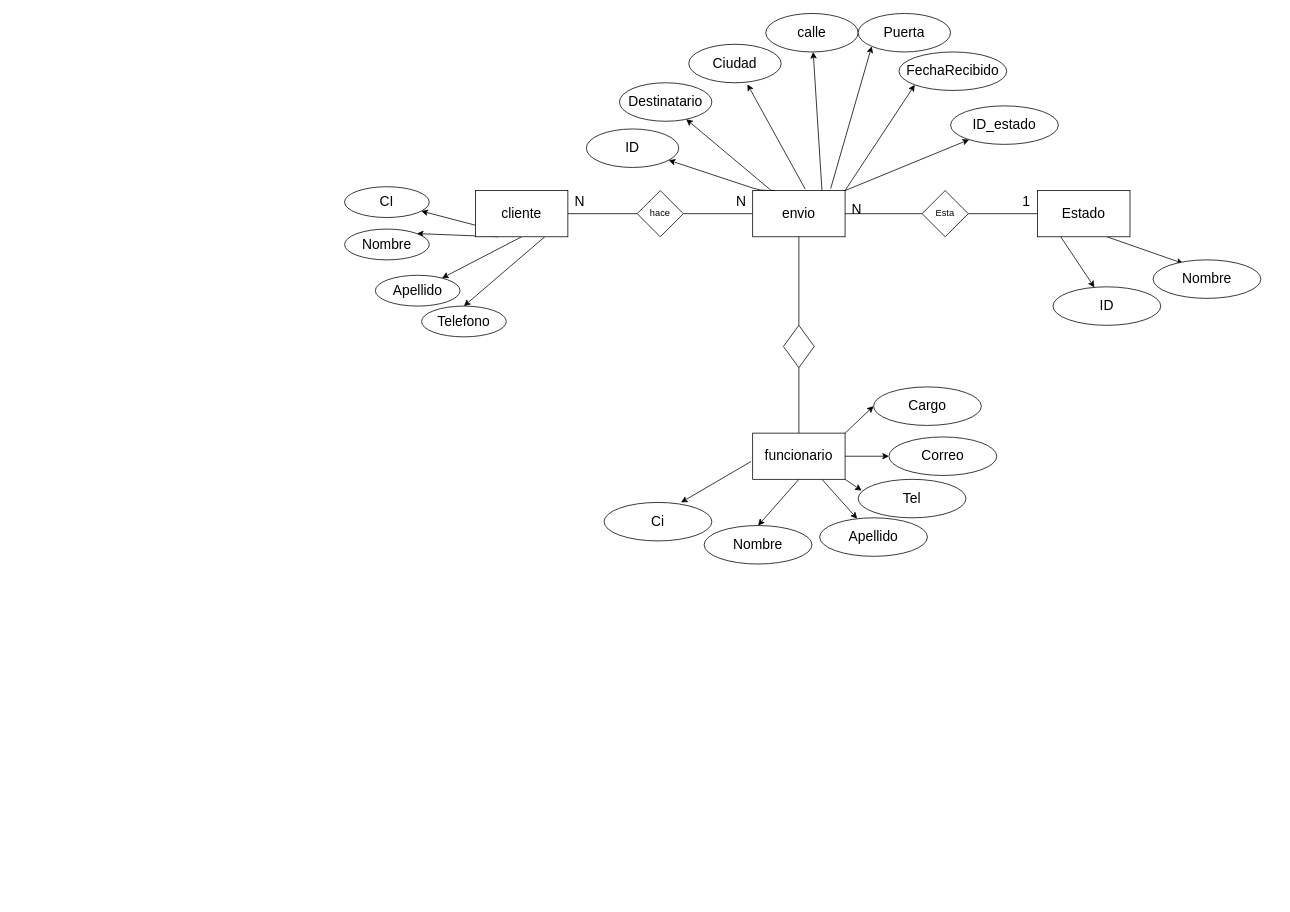
The draw.io diagram Mer/mer_V6.drawio in mateovillaa11/Proyecto_FindeA-o, before the edit. Source tidied: cells renumbered, new cells numbered last; positions are measured from the earlier drawing's top-left corner, leaving out a move shared by most shapes. Both pictures are drawn from the tidied source at 77%, with x=0, y=0 at pixel (344, 13).
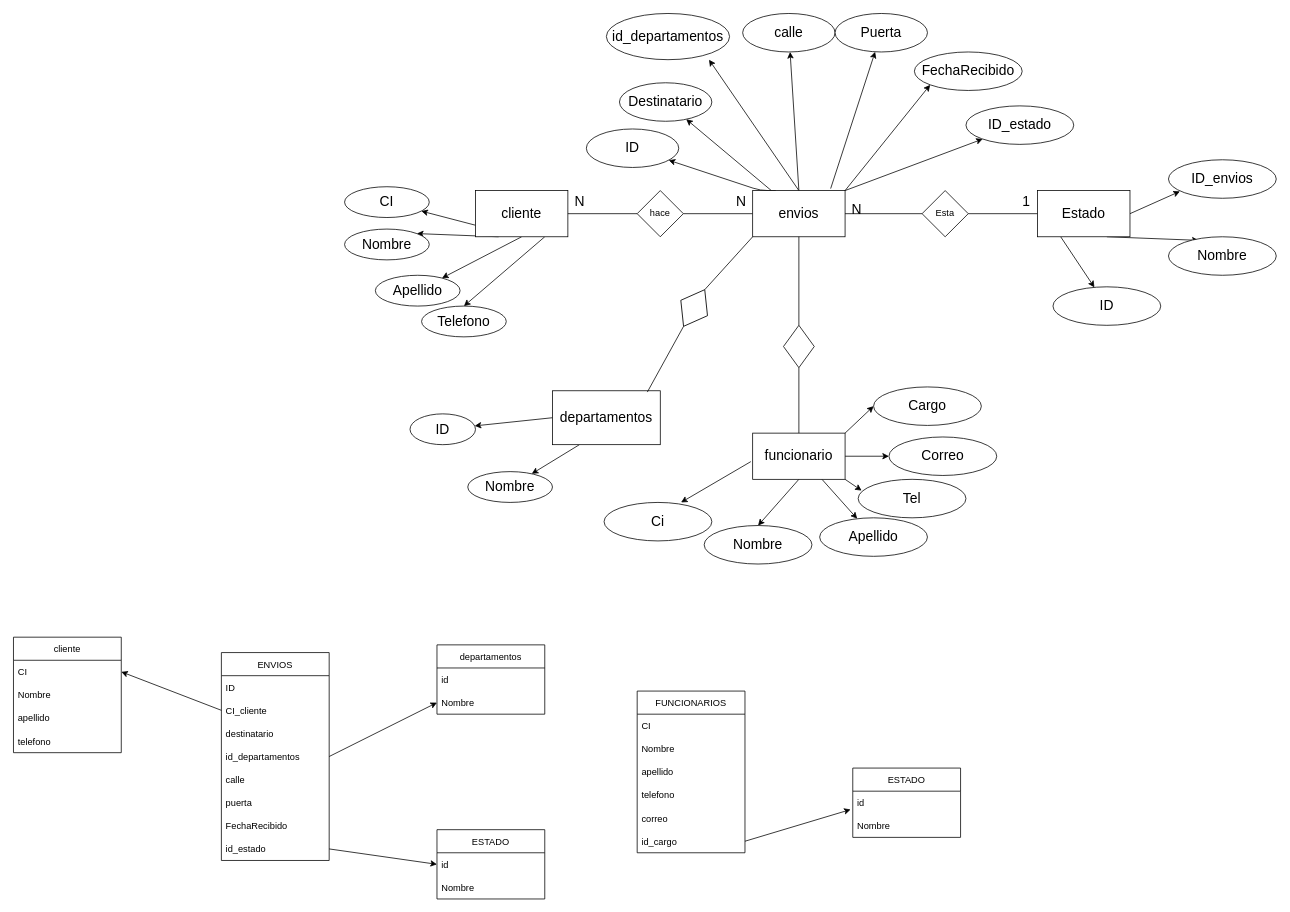
After the change.

The change refers to these unchanged cells:
```xml
<mxCell id="21" value="&lt;font style=&quot;font-size: 18px&quot;&gt;Estado&lt;/font&gt;" style="rounded=0;whiteSpace=wrap;html=1;" parent="1" vertex="1">
  <mxGeometry x="900" y="230" width="120" height="60" as="geometry" />
</mxCell>
```

What changed in the source:
```diff
@@
-    <mxCell id="12" style="edgeStyle=none;html=1;exitX=0.568;exitY=-0.033;exitDx=0;exitDy=0;entryX=0.635;entryY=1.04;entryDx=0;entryDy=0;fontSize=18;exitPerimeter=0;entryPerimeter=0;" parent="1" edge="1" source="17" target="37">
-      <mxGeometry relative="1" as="geometry" />
-    </mxCell>
-    <mxCell id="13" style="edgeStyle=none;html=1;exitX=0.75;exitY=0;exitDx=0;exitDy=0;fontSize=18;" parent="1" edge="1" source="17" target="38">
+    <mxCell id="13" style="edgeStyle=none;html=1;exitX=0.5;exitY=0;exitDx=0;exitDy=0;fontSize=18;" parent="1" edge="1" source="17" target="38">
       <mxGeometry relative="1" as="geometry" />
     </mxCell>
-    <mxCell id="14" style="edgeStyle=none;html=1;exitX=0.844;exitY=-0.043;exitDx=0;exitDy=0;fontSize=18;entryX=0;entryY=1;entryDx=0;entryDy=0;exitPerimeter=0;" parent="1" edge="1" source="17" target="39">
+    <mxCell id="14" style="edgeStyle=none;html=1;exitX=0.844;exitY=-0.043;exitDx=0;exitDy=0;fontSize=18;exitPerimeter=0;" parent="1" edge="1" source="17" target="39">
       <mxGeometry relative="1" as="geometry" />
     </mxCell>
@@
+    <mxCell id="57" style="edgeStyle=none;html=1;exitX=0.5;exitY=0;exitDx=0;exitDy=0;entryX=0.833;entryY=1;entryDx=0;entryDy=0;entryPerimeter=0;" parent="1" edge="1" source="17" target="68">
+      <mxGeometry relative="1" as="geometry" />
+    </mxCell>
-    <mxCell id="17" value="&lt;font style=&quot;font-size: 18px&quot;&gt;envio&lt;/font&gt;" style="rounded=0;whiteSpace=wrap;html=1;" parent="1" vertex="1">
+    <mxCell id="17" value="&lt;font style=&quot;font-size: 18px&quot;&gt;envios&lt;/font&gt;" style="rounded=0;whiteSpace=wrap;html=1;" parent="1" vertex="1">
       <mxGeometry x="530" y="230" width="120" height="60" as="geometry" />
     </mxCell>
@@
+    <mxCell id="58" style="edgeStyle=none;html=1;exitX=1;exitY=0.5;exitDx=0;exitDy=0;entryX=0.106;entryY=0.821;entryDx=0;entryDy=0;entryPerimeter=0;" parent="1" edge="1" source="21" target="67">
+      <mxGeometry relative="1" as="geometry" />
+    </mxCell>
@@
-    <mxCell id="37" value="Ciudad" style="ellipse;whiteSpace=wrap;html=1;fontSize=18;" parent="1" vertex="1">
-      <mxGeometry x="447" y="40" width="120" height="50" as="geometry" />
-    </mxCell>
     <mxCell id="38" value="calle" style="ellipse;whiteSpace=wrap;html=1;fontSize=18;" parent="1" vertex="1">
-      <mxGeometry x="547" width="120" height="50" as="geometry" />
+      <mxGeometry x="517" width="120" height="50" as="geometry" />
     </mxCell>
     <mxCell id="39" value="Puerta" style="ellipse;whiteSpace=wrap;html=1;fontSize=18;" parent="1" vertex="1">
-      <mxGeometry x="667" width="120" height="50" as="geometry" />
+      <mxGeometry x="637" width="120" height="50" as="geometry" />
     </mxCell>
     <mxCell id="40" value="FechaRecibido" style="ellipse;whiteSpace=wrap;html=1;fontSize=18;" parent="1" vertex="1">
-      <mxGeometry x="720" y="50" width="140" height="50" as="geometry" />
+      <mxGeometry x="740" y="50" width="140" height="50" as="geometry" />
     </mxCell>
@@
     <mxCell id="42" value="Nombre" style="ellipse;whiteSpace=wrap;html=1;fontSize=18;" parent="1" vertex="1">
-      <mxGeometry x="1050" y="320" width="140" height="50" as="geometry" />
+      <mxGeometry x="1070" y="290" width="140" height="50" as="geometry" />
     </mxCell>
@@
     <mxCell id="56" value="ID_estado" style="ellipse;whiteSpace=wrap;html=1;fontSize=18;" parent="1" vertex="1">
-      <mxGeometry x="787" y="120" width="140" height="50" as="geometry" />
+      <mxGeometry x="807" y="120" width="140" height="50" as="geometry" />
     </mxCell>
+    <mxCell id="59" style="edgeStyle=none;html=1;exitX=0;exitY=0.5;exitDx=0;exitDy=0;" parent="1" edge="1" source="61" target="66">
+      <mxGeometry relative="1" as="geometry" />
+    </mxCell>
+    <mxCell id="60" style="edgeStyle=none;html=1;exitX=0.25;exitY=1;exitDx=0;exitDy=0;" parent="1" edge="1" source="61" target="65">
+      <mxGeometry relative="1" as="geometry" />
+    </mxCell>
+    <mxCell id="61" value="&lt;span style=&quot;font-size: 18px&quot;&gt;departamentos&lt;/span&gt;" style="rounded=0;whiteSpace=wrap;html=1;" parent="1" vertex="1">
+      <mxGeometry x="270" y="490" width="140" height="70" as="geometry" />
+    </mxCell>
+    <mxCell id="62" style="endArrow=none;html=1;exitX=0.5;exitY=1;exitDx=0;exitDy=0;entryX=0.88;entryY=0.024;entryDx=0;entryDy=0;startArrow=none;entryPerimeter=0;" parent="1" edge="1" source="63" target="61">
+      <mxGeometry relative="1" as="geometry" />
+    </mxCell>
+    <mxCell id="63" style="rhombus;whiteSpace=wrap;html=1;rotation=30;" parent="1" vertex="1">
+      <mxGeometry x="434" y="355" width="40" height="55" as="geometry" />
+    </mxCell>
+    <mxCell id="64" style="endArrow=none;html=1;entryX=0.5;entryY=0;entryDx=0;entryDy=0;exitX=0;exitY=1;exitDx=0;exitDy=0;" parent="1" edge="1" source="17" target="63">
+      <mxGeometry relative="1" as="geometry" />
+    </mxCell>
+    <mxCell id="65" value="Nombre" style="ellipse;whiteSpace=wrap;html=1;fontSize=18;" parent="1" vertex="1">
+      <mxGeometry x="160" y="595" width="110" height="40" as="geometry" />
+    </mxCell>
+    <mxCell id="66" value="ID" style="ellipse;whiteSpace=wrap;html=1;fontSize=18;" parent="1" vertex="1">
+      <mxGeometry x="85" y="520" width="85" height="40" as="geometry" />
+    </mxCell>
+    <mxCell id="67" value="ID_envios" style="ellipse;whiteSpace=wrap;html=1;fontSize=18;" parent="1" vertex="1">
+      <mxGeometry x="1070" y="190" width="140" height="50" as="geometry" />
+    </mxCell>
+    <mxCell id="68" value="id_departamentos" style="ellipse;whiteSpace=wrap;html=1;fontSize=18;" parent="1" vertex="1">
+      <mxGeometry x="340" width="160" height="60" as="geometry" />
+    </mxCell>
+    <mxCell id="69" style="edgeStyle=none;html=1;exitX=0;exitY=0.5;exitDx=0;exitDy=0;entryX=1;entryY=0.5;entryDx=0;entryDy=0;" parent="1" edge="1" source="72" target="84">
+      <mxGeometry relative="1" as="geometry" />
+    </mxCell>
+    <mxCell id="70" value="ENVIOS" style="swimlane;fontStyle=0;horizontal=1;startSize=30;" parent="1" vertex="1">
+      <mxGeometry x="-160" y="830" width="140" height="270" as="geometry" />
+    </mxCell>
+    <mxCell id="71" value="ID" style="text;strokeColor=none;fillColor=none;align=left;verticalAlign=middle;spacingLeft=4;spacingRight=4;overflow=hidden;" parent="70" vertex="1">
+      <mxGeometry y="30" width="140" height="30" as="geometry" />
+    </mxCell>
+    <mxCell id="72" value="CI_cliente" style="text;strokeColor=none;fillColor=none;align=left;verticalAlign=middle;spacingLeft=4;spacingRight=4;overflow=hidden;points=[[0,0.5],[1,0.5]];portConstraint=eastwest;" parent="70" vertex="1">
+      <mxGeometry y="60" width="140" height="30" as="geometry" />
+    </mxCell>
+    <mxCell id="73" value="destinatario" style="text;strokeColor=none;fillColor=none;align=left;verticalAlign=middle;spacingLeft=4;spacingRight=4;overflow=hidden;" parent="70" vertex="1">
+      <mxGeometry y="90" width="140" height="30" as="geometry" />
+    </mxCell>
+    <mxCell id="74" value="id_departamentos" style="text;strokeColor=none;fillColor=none;align=left;verticalAlign=middle;spacingLeft=4;spacingRight=4;overflow=hidden;points=[[0,0.5],[1,0.5]];portConstraint=eastwest;" parent="70" vertex="1">
+      <mxGeometry y="120" width="140" height="30" as="geometry" />
+    </mxCell>
+    <mxCell id="75" value="calle" style="text;strokeColor=none;fillColor=none;align=left;verticalAlign=middle;spacingLeft=4;spacingRight=4;overflow=hidden;" parent="70" vertex="1">
+      <mxGeometry y="150" width="140" height="30" as="geometry" />
+    </mxCell>
+    <mxCell id="76" value="puerta" style="text;strokeColor=none;fillColor=none;align=left;verticalAlign=middle;spacingLeft=4;spacingRight=4;overflow=hidden;" parent="70" vertex="1">
+      <mxGeometry y="180" width="140" height="30" as="geometry" />
+    </mxCell>
+    <mxCell id="77" value="FechaRecibido" style="text;strokeColor=none;fillColor=none;align=left;verticalAlign=middle;spacingLeft=4;spacingRight=4;overflow=hidden;" parent="70" vertex="1">
+      <mxGeometry y="210" width="140" height="30" as="geometry" />
+    </mxCell>
+    <mxCell id="78" value="id_estado" style="text;strokeColor=none;fillColor=none;align=left;verticalAlign=middle;spacingLeft=4;spacingRight=4;overflow=hidden;points=[[0,0.5],[1,0.5]];portConstraint=eastwest;" parent="70" vertex="1">
+      <mxGeometry y="240" width="140" height="30" as="geometry" />
+    </mxCell>
+    <mxCell id="79" value="departamentos" style="swimlane;fontStyle=0;horizontal=1;startSize=30;" parent="1" vertex="1">
+      <mxGeometry x="120" y="820" width="140" height="90" as="geometry" />
+    </mxCell>
+    <mxCell id="80" value="id" style="text;strokeColor=none;fillColor=none;align=left;verticalAlign=middle;spacingLeft=4;spacingRight=4;overflow=hidden;" parent="79" vertex="1">
+      <mxGeometry y="30" width="140" height="30" as="geometry" />
+    </mxCell>
+    <mxCell id="81" value="Nombre" style="text;strokeColor=none;fillColor=none;align=left;verticalAlign=middle;spacingLeft=4;spacingRight=4;overflow=hidden;points=[[0,0.5],[1,0.5]];portConstraint=eastwest;" parent="79" vertex="1">
+      <mxGeometry y="60" width="140" height="30" as="geometry" />
+    </mxCell>
+    <mxCell id="82" style="edgeStyle=none;html=1;exitX=1;exitY=0.5;exitDx=0;exitDy=0;entryX=0;entryY=0.5;entryDx=0;entryDy=0;" parent="1" edge="1" source="74" target="81">
+      <mxGeometry relative="1" as="geometry" />
+    </mxCell>
+    <mxCell id="83" value="cliente" style="swimlane;fontStyle=0;horizontal=1;startSize=30;" parent="1" vertex="1">
+      <mxGeometry x="-430" y="810" width="140" height="150" as="geometry" />
+    </mxCell>
+    <mxCell id="84" value="CI" style="text;strokeColor=none;fillColor=none;align=left;verticalAlign=middle;spacingLeft=4;spacingRight=4;overflow=hidden;points=[[0,0.5],[1,0.5]];portConstraint=eastwest;" parent="83" vertex="1">
+      <mxGeometry y="30" width="140" height="30" as="geometry" />
+    </mxCell>
+    <mxCell id="85" value="Nombre" style="text;strokeColor=none;fillColor=none;align=left;verticalAlign=middle;spacingLeft=4;spacingRight=4;overflow=hidden;" parent="83" vertex="1">
+      <mxGeometry y="60" width="140" height="30" as="geometry" />
+    </mxCell>
+    <mxCell id="86" value="apellido" style="text;strokeColor=none;fillColor=none;align=left;verticalAlign=middle;spacingLeft=4;spacingRight=4;overflow=hidden;" parent="83" vertex="1">
+      <mxGeometry y="90" width="140" height="30" as="geometry" />
+    </mxCell>
+    <mxCell id="87" value="telefono" style="text;strokeColor=none;fillColor=none;align=left;verticalAlign=middle;spacingLeft=4;spacingRight=4;overflow=hidden;" parent="83" vertex="1">
+      <mxGeometry y="120" width="140" height="30" as="geometry" />
+    </mxCell>
+    <mxCell id="88" style="edgeStyle=none;html=1;exitX=1;exitY=0.5;exitDx=0;exitDy=0;entryX=0;entryY=0.5;entryDx=0;entryDy=0;" parent="1" edge="1" source="78" target="90">
+      <mxGeometry relative="1" as="geometry" />
+    </mxCell>
+    <mxCell id="89" value="ESTADO" style="swimlane;fontStyle=0;horizontal=1;startSize=30;" parent="1" vertex="1">
+      <mxGeometry x="120" y="1060" width="140" height="90" as="geometry" />
+    </mxCell>
+    <mxCell id="90" value="id" style="text;strokeColor=none;fillColor=none;align=left;verticalAlign=middle;spacingLeft=4;spacingRight=4;overflow=hidden;points=[[0,0.5],[1,0.5]];portConstraint=eastwest;" parent="89" vertex="1">
+      <mxGeometry y="30" width="140" height="30" as="geometry" />
+    </mxCell>
+    <mxCell id="91" value="Nombre" style="text;strokeColor=none;fillColor=none;align=left;verticalAlign=middle;spacingLeft=4;spacingRight=4;overflow=hidden;" parent="89" vertex="1">
+      <mxGeometry y="60" width="140" height="30" as="geometry" />
+    </mxCell>
+    <mxCell id="92" value="FUNCIONARIOS" style="swimlane;fontStyle=0;horizontal=1;startSize=30;" parent="1" vertex="1">
+      <mxGeometry x="380" y="880" width="140" height="210" as="geometry" />
+    </mxCell>
+    <mxCell id="93" value="CI" style="text;strokeColor=none;fillColor=none;align=left;verticalAlign=middle;spacingLeft=4;spacingRight=4;overflow=hidden;" parent="92" vertex="1">
+      <mxGeometry y="30" width="140" height="30" as="geometry" />
+    </mxCell>
+    <mxCell id="94" value="Nombre" style="text;strokeColor=none;fillColor=none;align=left;verticalAlign=middle;spacingLeft=4;spacingRight=4;overflow=hidden;" parent="92" vertex="1">
+      <mxGeometry y="60" width="140" height="30" as="geometry" />
+    </mxCell>
+    <mxCell id="95" value="apellido" style="text;strokeColor=none;fillColor=none;align=left;verticalAlign=middle;spacingLeft=4;spacingRight=4;overflow=hidden;" parent="92" vertex="1">
+      <mxGeometry y="90" width="140" height="30" as="geometry" />
+    </mxCell>
+    <mxCell id="96" value="telefono" style="text;strokeColor=none;fillColor=none;align=left;verticalAlign=middle;spacingLeft=4;spacingRight=4;overflow=hidden;" parent="92" vertex="1">
+      <mxGeometry y="120" width="140" height="30" as="geometry" />
+    </mxCell>
+    <mxCell id="97" value="correo" style="text;strokeColor=none;fillColor=none;align=left;verticalAlign=middle;spacingLeft=4;spacingRight=4;overflow=hidden;" parent="92" vertex="1">
+      <mxGeometry y="150" width="140" height="30" as="geometry" />
+    </mxCell>
+    <mxCell id="98" value="id_cargo" style="text;strokeColor=none;fillColor=none;align=left;verticalAlign=middle;spacingLeft=4;spacingRight=4;overflow=hidden;points=[[0,0.5],[1,0.5]];portConstraint=eastwest;" parent="92" vertex="1">
+      <mxGeometry y="180" width="140" height="30" as="geometry" />
+    </mxCell>
+    <mxCell id="99" style="edgeStyle=none;html=1;exitX=1;exitY=0.5;exitDx=0;exitDy=0;entryX=-0.02;entryY=0.795;entryDx=0;entryDy=0;entryPerimeter=0;" parent="1" edge="1" source="98" target="101">
+      <mxGeometry relative="1" as="geometry" />
+    </mxCell>
+    <mxCell id="100" value="ESTADO" style="swimlane;fontStyle=0;horizontal=1;startSize=30;" parent="1" vertex="1">
+      <mxGeometry x="660" y="980" width="140" height="90" as="geometry" />
+    </mxCell>
+    <mxCell id="101" value="id" style="text;strokeColor=none;fillColor=none;align=left;verticalAlign=middle;spacingLeft=4;spacingRight=4;overflow=hidden;points=[[0,0.5],[1,0.5]];portConstraint=eastwest;" parent="100" vertex="1">
+      <mxGeometry y="30" width="140" height="30" as="geometry" />
+    </mxCell>
+    <mxCell id="102" value="Nombre" style="text;strokeColor=none;fillColor=none;align=left;verticalAlign=middle;spacingLeft=4;spacingRight=4;overflow=hidden;" parent="100" vertex="1">
+      <mxGeometry y="60" width="140" height="30" as="geometry" />
+    </mxCell>
```
